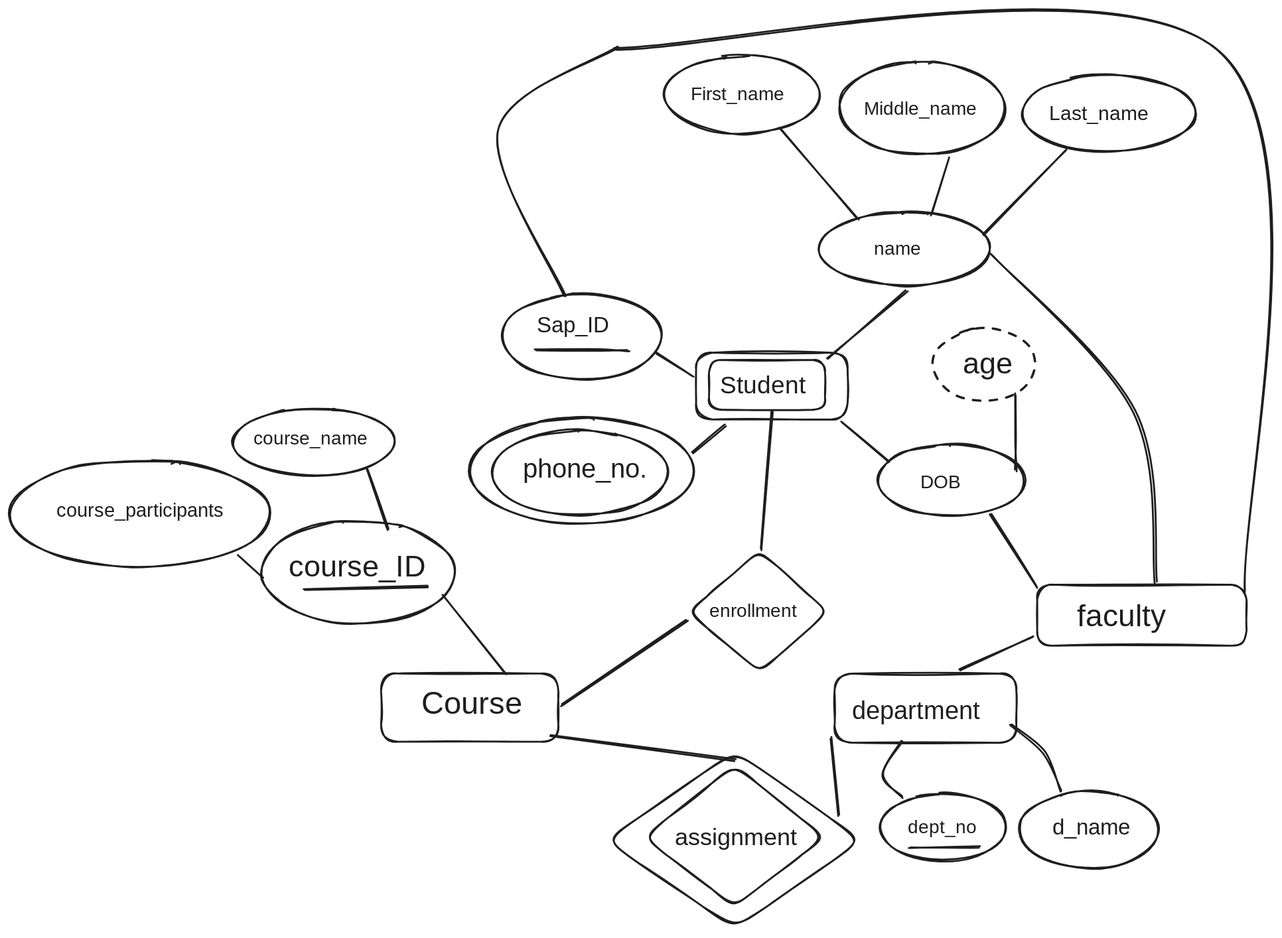
This is Notes Factory/Semister 3/Rough Work/t1.excalidraw.svg from P7XCKD/NF, a Excalidraw export, as it was before one commit. Source tidied: one line per element, renumbered; positions are measured from the earlier drawing's top-left corner, leaving out a move shared by most shapes.
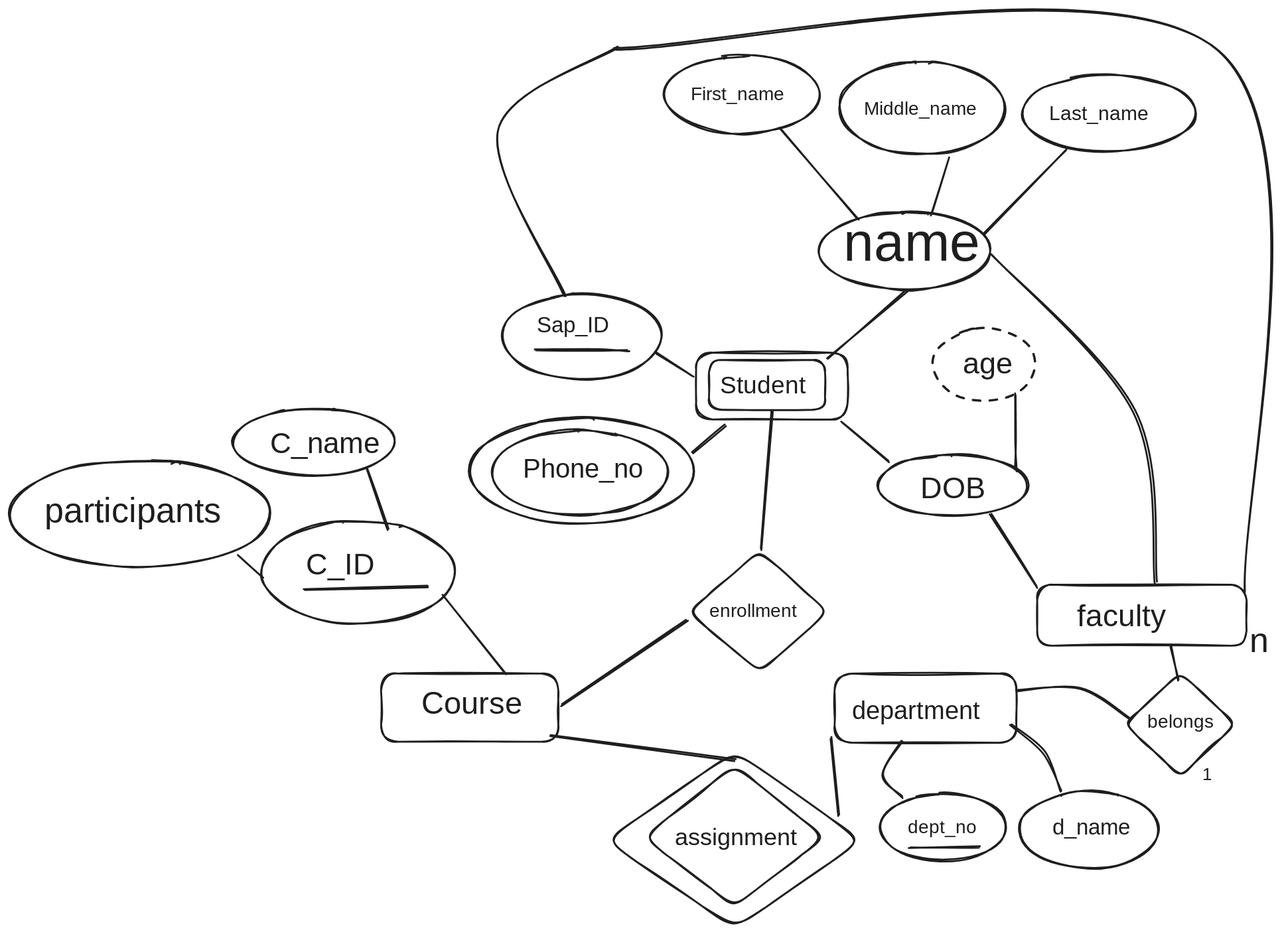
Later version of the same file.

The edit, as a diff of the source:
```diff
@@ -11,13 +11,13 @@
 {"id": 10, "type": "ellipse", "strokeColor": "#1e1e1e", "strokeWidth": 2, "roughness": 1, "round": true, "x": 1090, "y": 30, "width": 187, "height": 82}
 {"id": 11, "type": "text", "text": "Middle_name", "strokeColor": "#1e1e1e", "strokeWidth": 2, "roughness": 1, "fontSize": 20, "fontFamily": 1, "x": 920, "y": 54, "width": 121, "height": 25}
 {"id": 12, "type": "text", "text": "Last_name", "strokeColor": "#1e1e1e", "strokeWidth": 2, "roughness": 1, "fontSize": 21.68, "fontFamily": 1, "x": 1119, "y": 59, "width": 119, "height": 27}
-{"id": 13, "type": "ellipse", "strokeColor": "#1e1e1e", "strokeWidth": 2, "roughness": 1, "round": true, "x": 935, "y": 428, "width": 158, "height": 77}
+{"id": 13, "type": "ellipse", "strokeColor": "#1e1e1e", "strokeWidth": 2, "roughness": 1, "round": true, "x": 935, "y": 439, "width": 162, "height": 66}
-{"id": 14, "type": "text", "text": "DOB", "strokeColor": "#1e1e1e", "strokeWidth": 2, "roughness": 1, "fontSize": 20, "fontFamily": 1, "x": 981, "y": 457, "width": 45, "height": 25}
+{"id": 14, "type": "text", "text": "DOB", "strokeColor": "#1e1e1e", "strokeWidth": 2, "roughness": 1, "fontSize": 31.83, "fontFamily": 1, "x": 981, "y": 457, "width": 71, "height": 40}
 {"id": 15, "type": "ellipse", "strokeColor": "#1e1e1e", "strokeWidth": 2, "roughness": 1, "round": true, "x": 519, "y": 412, "width": 189, "height": 91}
-{"id": 16, "type": "text", "text": "phone_no.", "strokeColor": "#1e1e1e", "strokeWidth": 2, "roughness": 1, "fontSize": 28.89, "fontFamily": 1, "x": 553, "y": 437, "width": 135, "height": 36}
+{"id": 16, "type": "text", "text": "Phone_no", "strokeColor": "#1e1e1e", "strokeWidth": 2, "roughness": 1, "fontSize": 28.89, "fontFamily": 1, "x": 553, "y": 437, "width": 132, "height": 36}
 {"id": 17, "type": "ellipse", "strokeColor": "#1e1e1e", "strokeWidth": 2, "roughness": 1, "round": true, "x": 496, "y": 399, "width": 241, "height": 114}
-{"id": 18, "type": "ellipse", "strokeColor": "#1e1e1e", "strokeWidth": 2, "roughness": 1, "round": true, "x": 872, "y": 177, "width": 184, "height": 79}
+{"id": 18, "type": "ellipse", "strokeColor": "#1e1e1e", "strokeWidth": 2, "roughness": 1, "round": true, "x": 872, "y": 177, "width": 185, "height": 84}
-{"id": 19, "type": "text", "text": "name", "strokeColor": "#1e1e1e", "strokeWidth": 2, "roughness": 1, "fontSize": 20, "fontFamily": 1, "x": 931, "y": 205, "width": 46, "height": 25}
+{"id": 19, "type": "text", "text": "name", "strokeColor": "#1e1e1e", "strokeWidth": 2, "roughness": 1, "fontSize": 58.26, "fontFamily": 1, "x": 898, "y": 176, "width": 135, "height": 73}
 {"id": 20, "type": "line", "strokeColor": "#1e1e1e", "strokeWidth": 2, "roughness": 1, "round": true, "x": 992, "y": 180, "width": 18, "height": 61, "points": [[0, 0], [18, -61]]}
 {"id": 21, "type": "line", "strokeColor": "#1e1e1e", "strokeWidth": 2, "roughness": 1, "round": true, "x": 1048, "y": 202, "width": 89, "height": 92, "points": [[0, 0], [89, -92]]}
 {"id": 22, "type": "line", "strokeColor": "#1e1e1e", "strokeWidth": 2, "roughness": 1, "round": true, "x": 829, "y": 86, "width": 84, "height": 98, "points": [[0, 0], [84, 98]]}
@@ -34,13 +34,13 @@
 {"id": 33, "type": "line", "strokeColor": "#1e1e1e", "strokeWidth": 2, "roughness": 1, "round": true, "x": 822, "y": 391, "width": 13, "height": 150, "points": [[0, 0], [-13, 150]]}
 {"id": 34, "type": "line", "strokeColor": "#1e1e1e", "strokeWidth": 2, "roughness": 1, "round": true, "x": 594, "y": 708, "width": 136, "height": 91, "points": [[0, 0], [136, -91]]}
 {"id": 35, "type": "ellipse", "strokeColor": "#1e1e1e", "strokeWidth": 2, "roughness": 1, "round": true, "x": 271, "y": 509, "width": 209, "height": 112}
-{"id": 36, "type": "text", "text": "course_ID", "strokeColor": "#1e1e1e", "strokeWidth": 2, "roughness": 1, "fontSize": 32.05, "fontFamily": 1, "x": 301, "y": 540, "width": 170, "height": 40}
+{"id": 36, "type": "text", "text": "C_ID", "strokeColor": "#1e1e1e", "strokeWidth": 2, "roughness": 1, "fontSize": 32.05, "fontFamily": 1, "x": 319, "y": 538, "width": 90, "height": 40}
 {"id": 37, "type": "line", "strokeColor": "#1e1e1e", "strokeWidth": 2, "roughness": 1, "round": true, "x": 318, "y": 584, "width": 131, "height": 4, "points": [[0, 0], [131, -4]]}
 {"id": 38, "type": "line", "strokeColor": "#1e1e1e", "strokeWidth": 2, "roughness": 1, "round": true, "x": 466, "y": 590, "width": 67, "height": 83, "points": [[0, 0], [67, 83]]}
 {"id": 39, "type": "ellipse", "strokeColor": "#1e1e1e", "strokeWidth": 2, "roughness": 1, "round": true, "x": 241, "y": 389, "width": 174, "height": 72}
-{"id": 40, "type": "text", "text": "course_name", "strokeColor": "#1e1e1e", "strokeWidth": 2, "roughness": 1, "fontSize": 20, "fontFamily": 1, "x": 262, "y": 410, "width": 126, "height": 25}
+{"id": 40, "type": "text", "text": "C_name", "strokeColor": "#1e1e1e", "strokeWidth": 2, "roughness": 1, "fontSize": 31.5, "fontFamily": 1, "x": 280, "y": 408, "width": 119, "height": 39}
 {"id": 41, "type": "ellipse", "strokeColor": "#1e1e1e", "strokeWidth": 2, "roughness": 1, "round": true, "x": 0, "y": 445, "width": 281, "height": 115}
-{"id": 42, "type": "text", "text": "course_participants", "strokeColor": "#1e1e1e", "strokeWidth": 2, "roughness": 1, "fontSize": 20.54, "fontFamily": 1, "x": 50, "y": 487, "width": 201, "height": 26}
+{"id": 42, "type": "text", "text": "participants", "strokeColor": "#1e1e1e", "strokeWidth": 2, "roughness": 1, "fontSize": 37.3, "fontFamily": 1, "x": 37, "y": 477, "width": 217, "height": 47}
 {"id": 43, "type": "line", "strokeColor": "#1e1e1e", "strokeWidth": 2, "roughness": 1, "round": true, "x": 385, "y": 454, "width": 23, "height": 64, "points": [[0, 0], [23, 64]]}
 {"id": 44, "type": "line", "strokeColor": "#1e1e1e", "strokeWidth": 2, "roughness": 1, "round": true, "x": 247, "y": 548, "width": 25, "height": 21, "points": [[0, 0], [25, 21]]}
 {"id": 45, "type": "diamond", "strokeColor": "#1e1e1e", "strokeWidth": 2, "roughness": 1, "round": true, "x": 682, "y": 773, "width": 195, "height": 152}
@@ -53,7 +53,7 @@
 {"id": 52, "type": "text", "text": "faculty ", "strokeColor": "#1e1e1e", "strokeWidth": 2, "roughness": 1, "fontSize": 32.93, "fontFamily": 1, "x": 1149, "y": 593, "width": 132, "height": 41}
 {"id": 53, "type": "text", "text": "department ", "strokeColor": "#1e1e1e", "strokeWidth": 2, "roughness": 1, "fontSize": 27.4, "fontFamily": 1, "x": 907, "y": 699, "width": 164, "height": 34}
 {"id": 54, "type": "line", "strokeColor": "#1e1e1e", "strokeWidth": 2, "roughness": 1, "round": true, "x": 1057, "y": 222, "width": 177, "height": 354, "points": [[0, 0], [154, 170], [177, 354]]}
-{"id": 55, "type": "line", "strokeColor": "#1e1e1e", "strokeWidth": 2, "roughness": 1, "round": true, "x": 1023, "y": 671, "width": 79, "height": 36, "points": [[0, 0], [79, -36]]}
+{"id": 55, "type": "line", "strokeColor": "#1e1e1e", "strokeWidth": 2, "roughness": 1, "round": true, "x": 1084, "y": 694, "width": 121, "height": 32, "points": [[0, 0], [68, -3], [121, 29]]}
 {"id": 56, "type": "line", "strokeColor": "#1e1e1e", "strokeWidth": 2, "roughness": 1, "round": true, "x": 1056, "y": 502, "width": 50, "height": 80, "points": [[0, 0], [50, 80]]}
 {"id": 57, "type": "line", "strokeColor": "#1e1e1e", "strokeWidth": 2, "roughness": 1, "round": true, "x": 652, "y": 2, "width": 677, "height": 584, "points": [[0, 0], [650, 1], [677, 584]]}
 {"id": 58, "type": "line", "strokeColor": "#1e1e1e", "strokeWidth": 2, "roughness": 1, "round": true, "x": 655, "y": 0, "width": 130, "height": 267, "points": [[0, 0], [-130, 88], [-58, 267]]}
@@ -64,3 +64,8 @@
 {"id": 63, "type": "line", "strokeColor": "#1e1e1e", "strokeWidth": 2, "roughness": 1, "round": true, "x": 1078, "y": 728, "width": 55, "height": 73, "points": [[0, 0], [36, 32], [55, 73]]}
 {"id": 64, "type": "ellipse", "strokeColor": "#1e1e1e", "strokeWidth": 2, "roughness": 1, "round": true, "x": 1087, "y": 801, "width": 150, "height": 82}
 {"id": 65, "type": "text", "text": "d_name", "strokeColor": "#1e1e1e", "strokeWidth": 2, "roughness": 1, "fontSize": 23.59, "fontFamily": 1, "x": 1123, "y": 826, "width": 87, "height": 29}
+{"id": 66, "type": "diamond", "strokeColor": "#1e1e1e", "strokeWidth": 2, "roughness": 1, "round": true, "x": 1201, "y": 673, "width": 120, "height": 112}
+{"id": 67, "type": "text", "text": "belongs", "strokeColor": "#1e1e1e", "strokeWidth": 2, "roughness": 1, "fontSize": 20, "fontFamily": 1, "x": 1225, "y": 714, "width": 68, "height": 25}
+{"id": 68, "type": "line", "strokeColor": "#1e1e1e", "strokeWidth": 2, "roughness": 1, "round": true, "x": 1259, "y": 681, "width": 8, "height": 36, "points": [[0, 0], [-8, -36]]}
+{"id": 69, "type": "text", "text": "1", "strokeColor": "#1e1e1e", "strokeWidth": 2, "roughness": 1, "fontSize": 18.67, "fontFamily": 1, "x": 1285, "y": 772, "width": 5, "height": 23}
+{"id": 70, "type": "text", "text": "n", "strokeColor": "#1e1e1e", "strokeWidth": 2, "roughness": 1, "fontSize": 37.26, "fontFamily": 1, "x": 1335, "y": 617, "width": 17, "height": 47}
```
